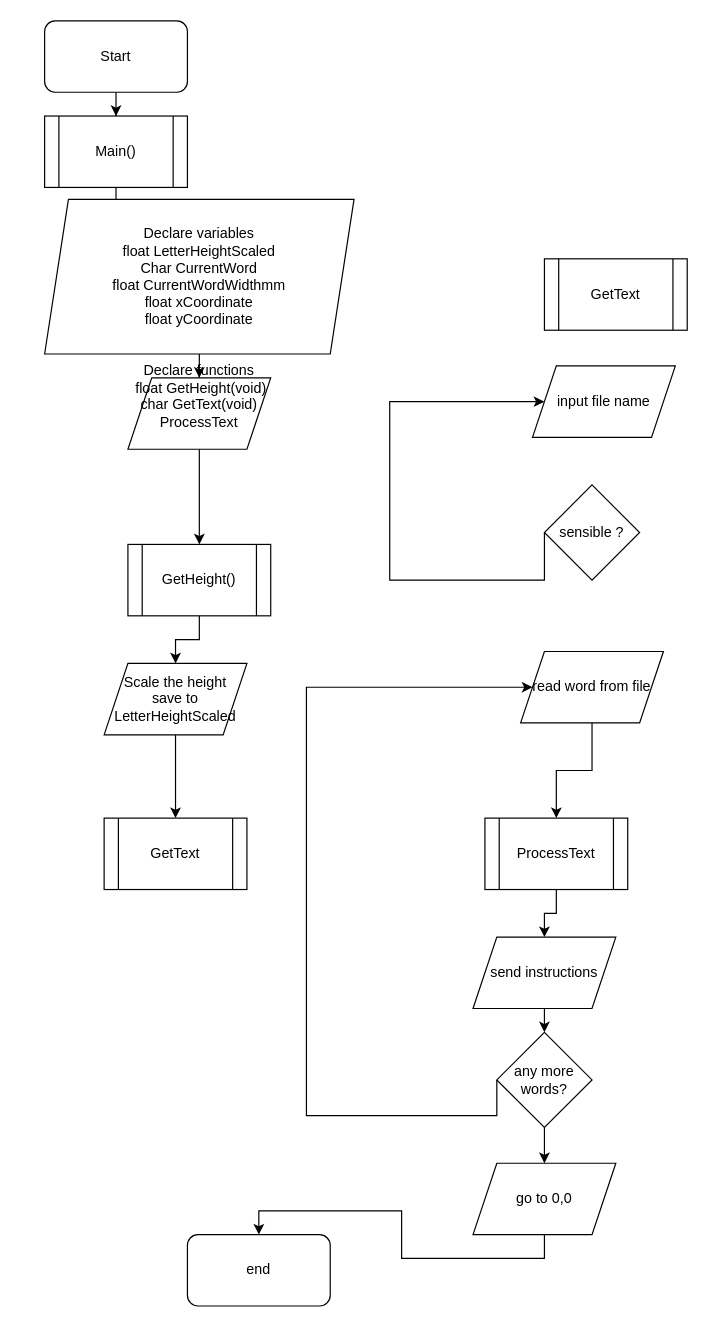
The draw.io diagram page "Page-1" (1 of 2) of TextRobotFlowchart.drawio in hanifadelekan/TextRobotPlanning, before the edit. Source tidied: cells renumbered, new cells numbered last; positions are measured from the earlier drawing's top-left corner, leaving out a move shared by most shapes. Both pictures are drawn from the tidied source at 119%, with x=0, y=0 at pixel (44, 20).
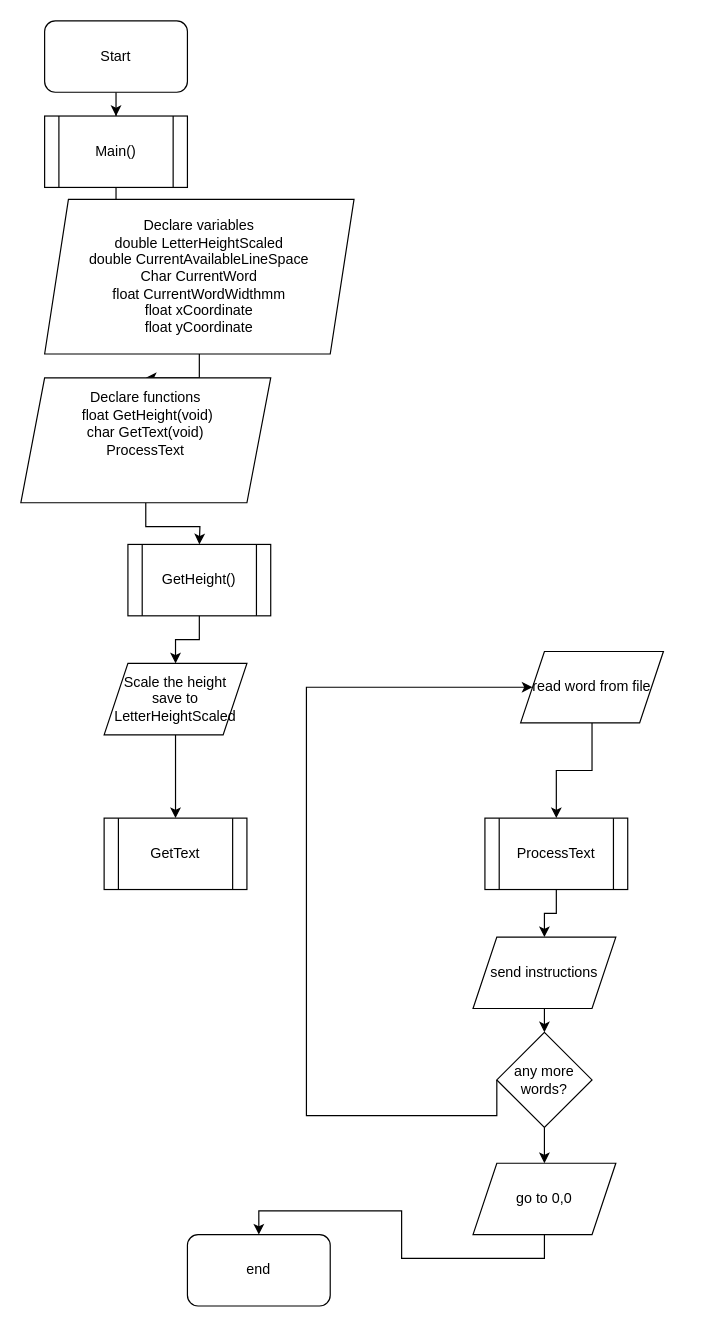
After the change.

The edit, as a diff of the source:
```diff
@@
-    <mxCell id="7" value="Declare variables&lt;div&gt;float LetterHeightScaled&lt;/div&gt;&lt;div&gt;Char CurrentWord&lt;/div&gt;&lt;div&gt;float CurrentWordWidthmm&lt;/div&gt;&lt;div&gt;float xCoordinate&lt;/div&gt;&lt;div&gt;float yCoordinate&lt;/div&gt;" style="shape=parallelogram;perimeter=parallelogramPerimeter;whiteSpace=wrap;html=1;fixedSize=1;rounded=0;" parent="1" vertex="1">
+    <mxCell id="7" value="Declare variables&lt;div&gt;double LetterHeightScaled&lt;/div&gt;&lt;div&gt;double CurrentAvailableLineSpace&lt;/div&gt;&lt;div&gt;Char CurrentWord&lt;/div&gt;&lt;div&gt;float CurrentWordWidthmm&lt;/div&gt;&lt;div&gt;float xCoordinate&lt;/div&gt;&lt;div&gt;float yCoordinate&lt;/div&gt;" style="shape=parallelogram;perimeter=parallelogramPerimeter;whiteSpace=wrap;html=1;fixedSize=1;rounded=0;" parent="1" vertex="1">
       <mxGeometry y="150" width="260" height="130" as="geometry" />
     </mxCell>
@@
     <mxCell id="9" value="Declare functions&lt;div&gt;&amp;nbsp;float GetHeight(void)&lt;/div&gt;&lt;div&gt;char GetText(void)&lt;br&gt;&lt;div&gt;ProcessText&lt;/div&gt;&lt;div&gt;&lt;br&gt;&lt;/div&gt;&lt;/div&gt;&lt;div&gt;&lt;br&gt;&lt;/div&gt;" style="whiteSpace=wrap;html=1;rounded=0;shape=parallelogram;backgroundOutline=1;perimeter=parallelogramPerimeter;fixedSize=1;" parent="1" vertex="1">
-      <mxGeometry x="70" y="300" width="120" height="60" as="geometry" />
+      <mxGeometry x="-20" y="300" width="210" height="105" as="geometry" />
     </mxCell>
@@
-    <mxCell id="15" value="GetText" style="shape=process;whiteSpace=wrap;html=1;backgroundOutline=1;" parent="1" vertex="1">
-      <mxGeometry x="420" y="200" width="120" height="60" as="geometry" />
-    </mxCell>
-    <mxCell id="16" value="input file name" style="shape=parallelogram;perimeter=parallelogramPerimeter;whiteSpace=wrap;html=1;fixedSize=1;" parent="1" vertex="1">
-      <mxGeometry x="410" y="290" width="120" height="60" as="geometry" />
-    </mxCell>
-    <mxCell id="17" style="edgeStyle=orthogonalEdgeStyle;rounded=0;jettySize=auto;html=1;exitX=0;exitY=0.5;exitDx=0;exitDy=0;entryX=0;entryY=0.5;entryDx=0;entryDy=0;" parent="1" edge="1" source="18" target="16">
-      <mxGeometry relative="1" as="geometry">
-        <Array as="points">
-          <mxPoint x="290" y="470" />
-          <mxPoint x="290" y="320" />
-        </Array>
-      </mxGeometry>
-    </mxCell>
-    <mxCell id="18" value="sensible ?" style="rhombus;whiteSpace=wrap;html=1;" parent="1" vertex="1">
-      <mxGeometry x="420" y="390" width="80" height="80" as="geometry" />
-    </mxCell>
```
